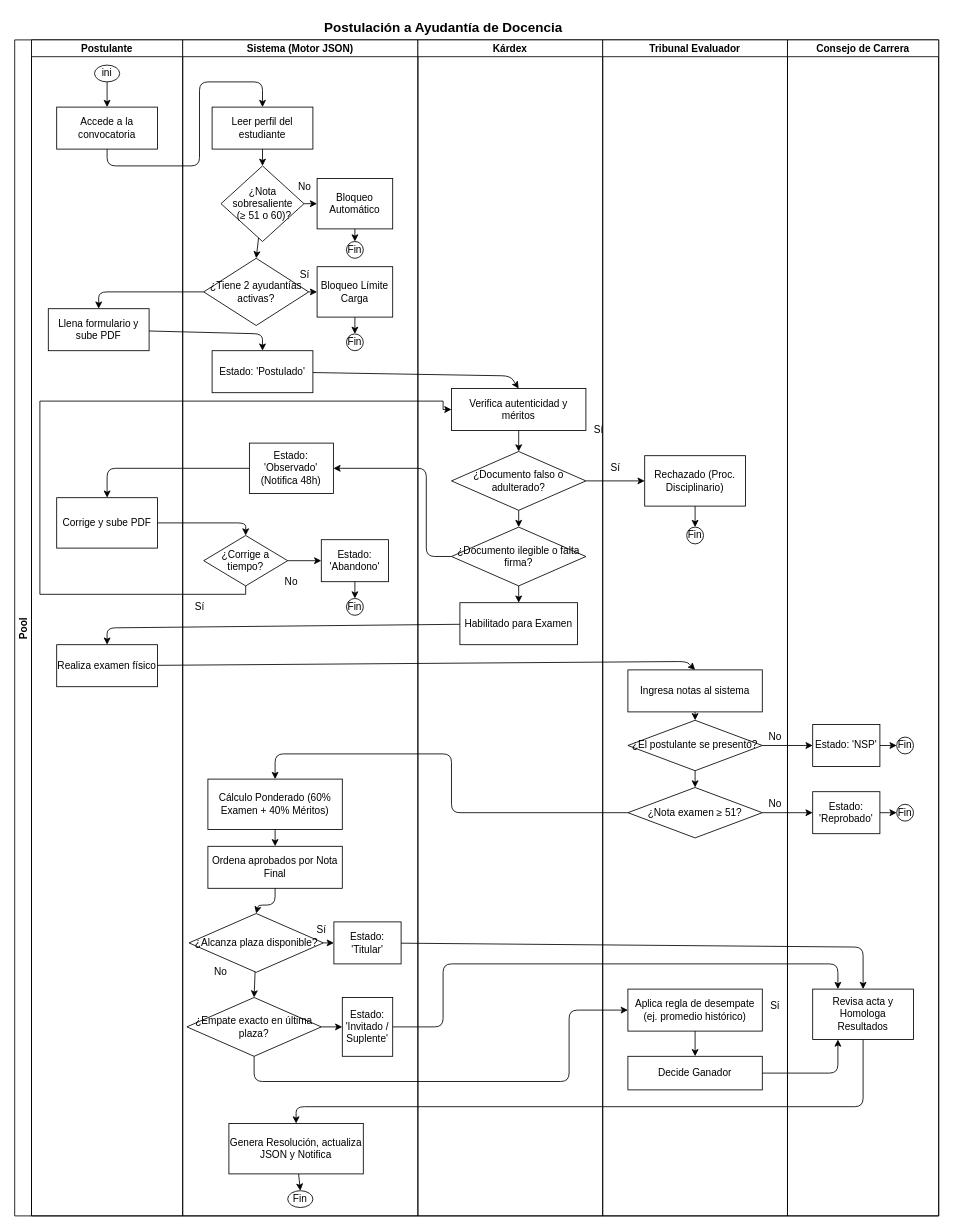
Above: 01_Tramites_UMSA/postulacion_a_ayudantia_de_docencia/dc_postulacion_a_ayudantia_de_docencia.drawio in as7haro7/multimedia_grupal (draw.io), before the change. Source tidied: cells renumbered, new cells numbered last; positions are measured from the earlier drawing's top-left corner, leaving out a move shared by most shapes. Both pictures are drawn from the tidied source at 84%, with x=0, y=0 at pixel (14, 14).
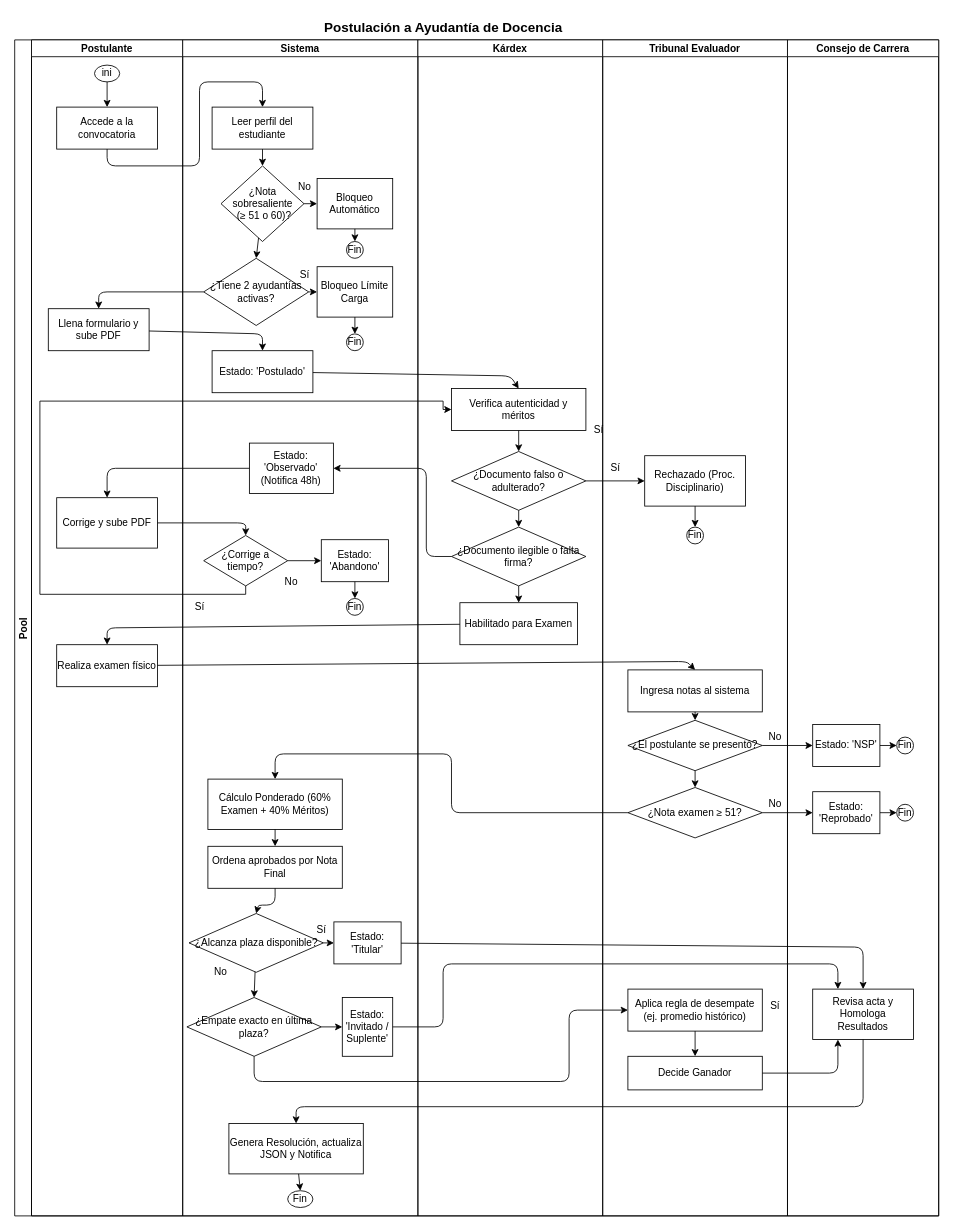
The same page after the edit.

The change refers to these unchanged cells:
```xml
<mxCell id="2" value="Pool" style="swimlane;startSize=20;horizontal=0;" parent="1" vertex="1">
  <mxGeometry y="30" width="1100" height="1400" as="geometry" />
</mxCell>
```

The edit, as a diff of the source:
```diff
@@
-    <mxCell id="10" value="Sistema (Motor JSON)" style="swimlane;startSize=20;" parent="2" vertex="1">
+    <mxCell id="10" value="Sistema" style="swimlane;startSize=20;" parent="2" vertex="1">
       <mxGeometry x="200" width="280" height="1400" as="geometry" />
     </mxCell>
```
